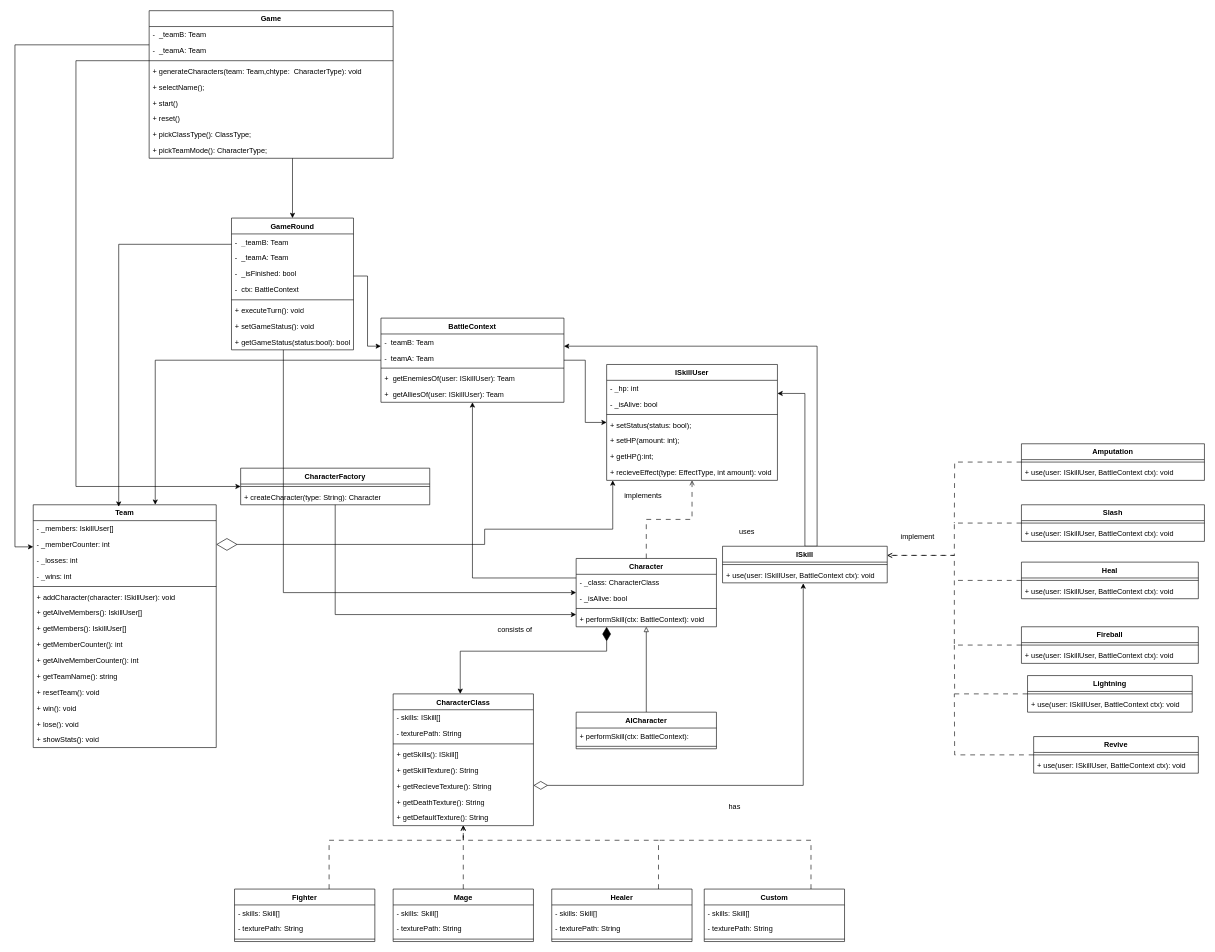
Earlier version of the draw.io diagram FightClub.drawio (ergimandija/FightClub). Source tidied: cells renumbered, new cells numbered last; positions are measured from the earlier drawing's top-left corner, leaving out a move shared by most shapes. Both pictures are drawn from the tidied source at 61%, with x=0, y=0 at pixel (15, 10).
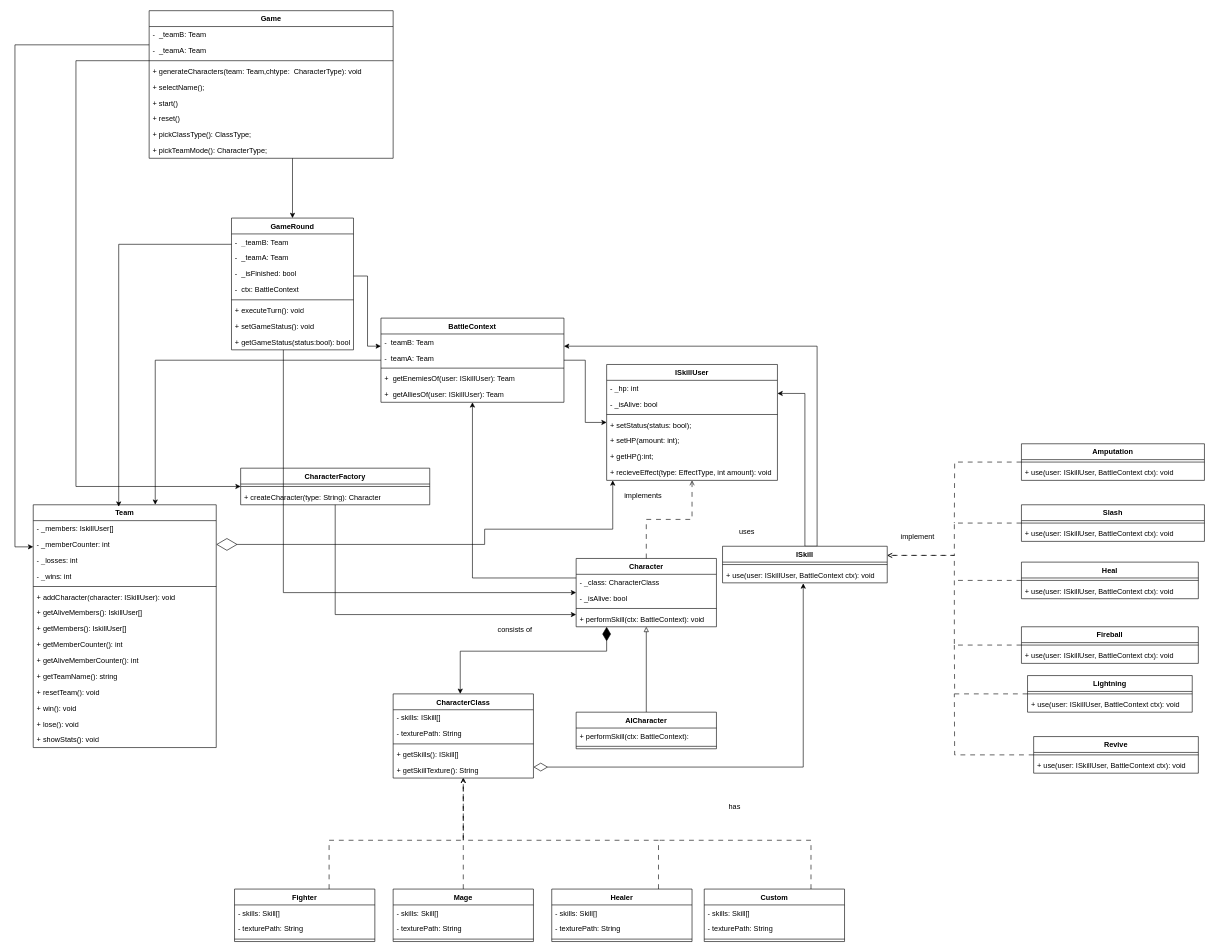
The same diagram, later.

Unchanged cells that the change refers to:
```xml
<mxCell id="31" value="+ use(user: ISkillUser, BattleContext ctx): void" style="text;strokeColor=none;fillColor=none;align=left;verticalAlign=top;spacingLeft=4;spacingRight=4;overflow=hidden;points=[[0,0.5],[1,0.5]];portConstraint=eastwest;whiteSpace=wrap;html=1;" parent="29" vertex="1">
  <mxGeometry y="34" width="270" height="26" as="geometry" />
</mxCell>
```

Diff of the diagram source:
```diff
@@
     <mxCell id="18" value="CharacterClass" style="swimlane;fontStyle=1;align=center;verticalAlign=top;horizontal=1;startSize=26;whiteSpace=wrap;html=1;" parent="1" vertex="1">
-      <mxGeometry x="620" y="1120" width="230" height="216" as="geometry" />
+      <mxGeometry x="620" y="1120" width="230" height="138" as="geometry" />
     </mxCell>
@@
-    <mxCell id="24" value="+ getRecieveTexture(): String" style="text;strokeColor=none;fillColor=none;align=left;verticalAlign=top;spacingLeft=4;spacingRight=4;overflow=hidden;whiteSpace=wrap;html=1;" parent="18" vertex="1">
-      <mxGeometry y="138" width="230" height="26" as="geometry" />
-    </mxCell>
-    <mxCell id="25" value="+ getDeathTexture(): String" style="text;strokeColor=none;fillColor=none;align=left;verticalAlign=top;spacingLeft=4;spacingRight=4;overflow=hidden;whiteSpace=wrap;html=1;" parent="18" vertex="1">
-      <mxGeometry y="164" width="230" height="26" as="geometry" />
-    </mxCell>
-    <mxCell id="26" value="+ getDefaultTexture(): String" style="text;strokeColor=none;fillColor=none;align=left;verticalAlign=top;spacingLeft=4;spacingRight=4;overflow=hidden;whiteSpace=wrap;html=1;" parent="18" vertex="1">
-      <mxGeometry y="190" width="230" height="26" as="geometry" />
-    </mxCell>
@@
     <mxCell id="34" style="edgeStyle=orthogonalEdgeStyle;rounded=0;jettySize=auto;html=1;startArrow=diamondThin;startFill=0;startSize=21;entryX=0.49;entryY=1.035;entryDx=0;entryDy=0;entryPerimeter=0;" parent="1" edge="1" source="18" target="31">
       <mxGeometry relative="1" as="geometry">
         <Array as="points">
-          <mxPoint x="1292" y="1270" />
+          <mxPoint x="1292" y="1240" />
         </Array>
       </mxGeometry>
     </mxCell>
```
